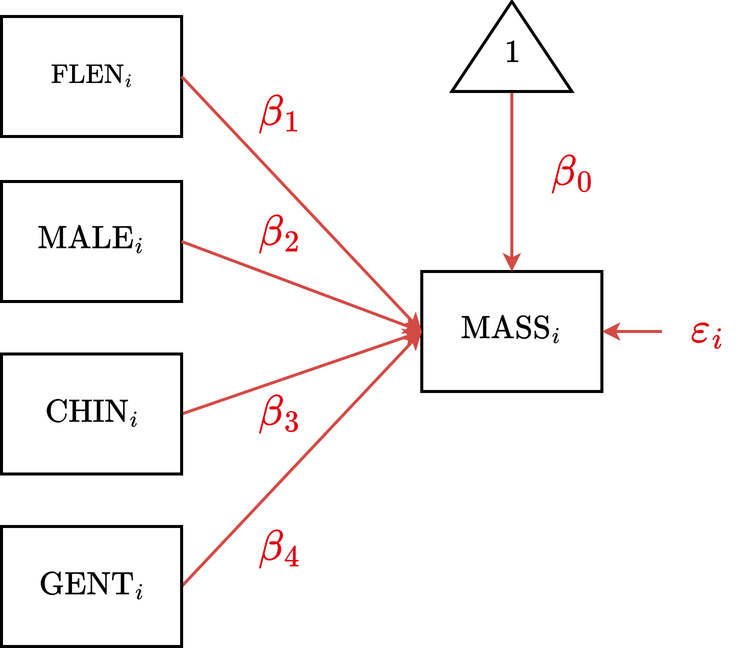
Earlier version of the draw.io export diagrams/complex_regression_full.png (jmgirard/psyc894). Source tidied: cells renumbered, new cells last; positions are measured from the earlier drawing's top-left corner, leaving out a move shared by most shapes. The source it was exported from:
```xml
<mxGraphModel math="1">
  <root>
    <mxCell id="0" />
    <mxCell id="1" parent="0" />
    <mxCell id="2" value="$$\text{MASS}_i$$" style="rounded=0;whiteSpace=wrap;html=1;fontSize=18;strokeWidth=2;fontFamily=Lucida Console;" parent="1" vertex="1">
      <mxGeometry x="280" y="180" width="120" height="80" as="geometry" />
    </mxCell>
    <mxCell id="3" style="rounded=0;jettySize=auto;html=1;exitX=1;exitY=0.5;exitDx=0;exitDy=0;entryX=0;entryY=0.5;entryDx=0;entryDy=0;strokeWidth=2;strokeColor=#D34A45;" parent="1" edge="1" source="4" target="2">
      <mxGeometry relative="1" as="geometry" />
    </mxCell>
    <mxCell id="4" value="$$\text{CHIN}_i$$" style="rounded=0;whiteSpace=wrap;html=1;fontSize=18;strokeWidth=2;fontFamily=Lucida Console;" parent="1" vertex="1">
      <mxGeometry y="235" width="120" height="80" as="geometry" />
    </mxCell>
    <mxCell id="5" style="endArrow=classic;html=1;rounded=0;entryX=1;entryY=0.5;entryDx=0;entryDy=0;strokeWidth=2;strokeColor=#D34A45;" parent="1" edge="1" target="2">
      <mxGeometry relative="1" as="geometry">
        <mxPoint x="440" y="220" as="sourcePoint" />
      </mxGeometry>
    </mxCell>
    <mxCell id="6" value="&lt;font color=&quot;#df000f&quot;&gt;&lt;span style=&quot;font-size: 24px; background-color: rgb(255, 255, 255);&quot;&gt;$$\varepsilon_i$$&lt;/span&gt;&lt;/font&gt;" style="text;html=1;align=center;verticalAlign=middle;whiteSpace=wrap;rounded=0;fontSize=18;fontColor=#D34A45;fontFamily=Lucida Console;" parent="1" vertex="1">
      <mxGeometry x="440" y="205" width="60" height="30" as="geometry" />
    </mxCell>
    <mxCell id="7" style="edgeStyle=orthogonalEdgeStyle;rounded=0;jettySize=auto;html=1;exitX=0;exitY=0.5;exitDx=0;exitDy=0;entryX=0.5;entryY=0;entryDx=0;entryDy=0;strokeWidth=2;strokeColor=#D34A45;" parent="1" edge="1" source="8" target="2">
      <mxGeometry relative="1" as="geometry" />
    </mxCell>
    <mxCell id="8" value="&lt;font style=&quot;font-size: 18px;&quot;&gt;$$1$$&lt;/font&gt;" style="triangle;whiteSpace=wrap;html=1;strokeWidth=2;direction=north;verticalAlign=middle;spacingTop=12;fontFamily=Lucida Console;" parent="1" vertex="1">
      <mxGeometry x="300" width="80" height="60" as="geometry" />
    </mxCell>
    <mxCell id="9" value="&lt;font color=&quot;#df000f&quot;&gt;&lt;span style=&quot;font-size: 24px; background-color: rgb(255, 255, 255);&quot;&gt;$$\beta_1$$&lt;/span&gt;&lt;/font&gt;" style="text;html=1;align=center;verticalAlign=middle;whiteSpace=wrap;rounded=0;fontSize=18;fontFamily=Lucida Console;" parent="1" vertex="1">
      <mxGeometry x="145" y="60" width="80" height="30" as="geometry" />
    </mxCell>
    <mxCell id="10" value="&lt;font color=&quot;#df000f&quot;&gt;&lt;span style=&quot;font-size: 24px; background-color: rgb(255, 255, 255);&quot;&gt;$$\beta_0$$&lt;/span&gt;&lt;/font&gt;" style="text;html=1;align=center;verticalAlign=middle;whiteSpace=wrap;rounded=0;fontSize=18;fontFamily=Lucida Console;" parent="1" vertex="1">
      <mxGeometry x="340" y="100" width="80" height="30" as="geometry" />
    </mxCell>
    <mxCell id="11" style="rounded=0;jettySize=auto;html=1;exitX=1;exitY=0.5;exitDx=0;exitDy=0;entryX=0;entryY=0.5;entryDx=0;entryDy=0;strokeWidth=2;strokeColor=#D34A45;" parent="1" edge="1" source="12" target="2">
      <mxGeometry relative="1" as="geometry" />
    </mxCell>
    <mxCell id="12" value="$$\text{GENT}_i$$" style="rounded=0;whiteSpace=wrap;html=1;fontSize=18;strokeWidth=2;fontFamily=Lucida Console;" parent="1" vertex="1">
      <mxGeometry y="350" width="120" height="80" as="geometry" />
    </mxCell>
    <mxCell id="13" value="$$\text{MALE}_i$$" style="rounded=0;whiteSpace=wrap;html=1;fontSize=18;strokeWidth=2;fontFamily=Lucida Console;" parent="1" vertex="1">
      <mxGeometry y="120" width="120" height="80" as="geometry" />
    </mxCell>
    <mxCell id="14" value="&lt;sub&gt;$$\text{FLEN}_i$$&lt;/sub&gt;" style="rounded=0;whiteSpace=wrap;html=1;fontSize=18;strokeWidth=2;fontFamily=Lucida Console;" parent="1" vertex="1">
      <mxGeometry y="10" width="120" height="80" as="geometry" />
    </mxCell>
    <mxCell id="15" style="rounded=0;jettySize=auto;html=1;exitX=1;exitY=0.5;exitDx=0;exitDy=0;strokeWidth=2;strokeColor=#D34A45;entryX=0;entryY=0.5;entryDx=0;entryDy=0;" parent="1" edge="1" source="13" target="2">
      <mxGeometry relative="1" as="geometry" />
    </mxCell>
    <mxCell id="16" style="rounded=0;jettySize=auto;html=1;exitX=1;exitY=0.5;exitDx=0;exitDy=0;strokeWidth=2;strokeColor=#D34A45;entryX=0;entryY=0.5;entryDx=0;entryDy=0;" parent="1" edge="1" source="14" target="2">
      <mxGeometry relative="1" as="geometry" />
    </mxCell>
    <mxCell id="17" value="&lt;font color=&quot;#df000f&quot;&gt;&lt;span style=&quot;font-size: 24px; background-color: rgb(255, 255, 255);&quot;&gt;$$\beta_2$$&lt;/span&gt;&lt;/font&gt;" style="text;html=1;align=center;verticalAlign=middle;whiteSpace=wrap;rounded=0;fontSize=18;fontFamily=Lucida Console;" parent="1" vertex="1">
      <mxGeometry x="145" y="140" width="80" height="30" as="geometry" />
    </mxCell>
    <mxCell id="18" value="&lt;font color=&quot;#df000f&quot;&gt;&lt;span style=&quot;font-size: 24px; background-color: rgb(255, 255, 255);&quot;&gt;$$\beta_3$$&lt;/span&gt;&lt;/font&gt;" style="text;html=1;align=center;verticalAlign=middle;whiteSpace=wrap;rounded=0;fontSize=18;fontFamily=Lucida Console;" parent="1" vertex="1">
      <mxGeometry x="145" y="260" width="80" height="30" as="geometry" />
    </mxCell>
    <mxCell id="19" value="&lt;font color=&quot;#df000f&quot;&gt;&lt;span style=&quot;font-size: 24px; background-color: rgb(255, 255, 255);&quot;&gt;$$\beta_4$$&lt;/span&gt;&lt;/font&gt;" style="text;html=1;align=center;verticalAlign=middle;whiteSpace=wrap;rounded=0;fontSize=18;fontFamily=Lucida Console;" parent="1" vertex="1">
      <mxGeometry x="145" y="350" width="80" height="30" as="geometry" />
    </mxCell>
  </root>
</mxGraphModel>
```
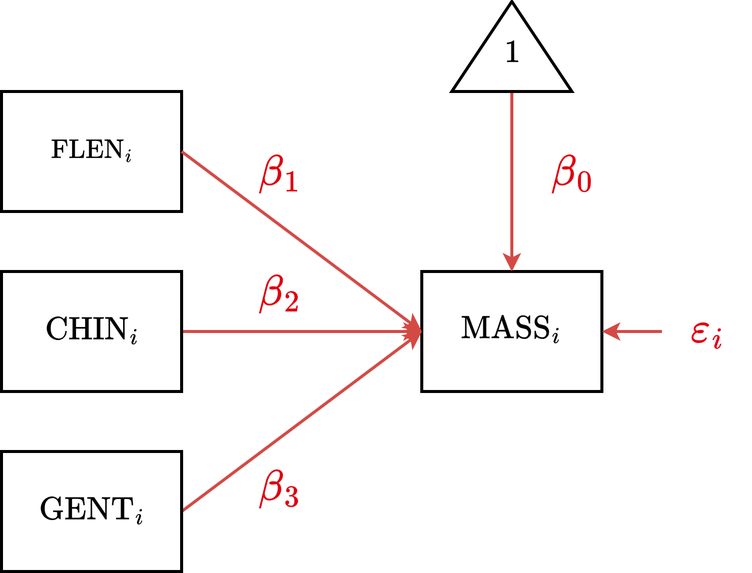
The same diagram one commit later.

Diff of the diagram source:
```diff
@@ -9,7 +9,7 @@
       <mxGeometry relative="1" as="geometry" />
     </mxCell>
     <mxCell id="4" value="$$\text{CHIN}_i$$" style="rounded=0;whiteSpace=wrap;html=1;fontSize=18;strokeWidth=2;fontFamily=Lucida Console;" parent="1" vertex="1">
-      <mxGeometry y="235" width="120" height="80" as="geometry" />
+      <mxGeometry y="180" width="120" height="80" as="geometry" />
     </mxCell>
     <mxCell id="5" style="endArrow=classic;html=1;rounded=0;entryX=1;entryY=0.5;entryDx=0;entryDy=0;strokeWidth=2;strokeColor=#D34A45;" parent="1" edge="1" target="2">
       <mxGeometry relative="1" as="geometry">
@@ -26,7 +26,7 @@
       <mxGeometry x="300" width="80" height="60" as="geometry" />
     </mxCell>
     <mxCell id="9" value="&lt;font color=&quot;#df000f&quot;&gt;&lt;span style=&quot;font-size: 24px; background-color: rgb(255, 255, 255);&quot;&gt;$$\beta_1$$&lt;/span&gt;&lt;/font&gt;" style="text;html=1;align=center;verticalAlign=middle;whiteSpace=wrap;rounded=0;fontSize=18;fontFamily=Lucida Console;" parent="1" vertex="1">
-      <mxGeometry x="145" y="60" width="80" height="30" as="geometry" />
+      <mxGeometry x="145" y="100" width="80" height="30" as="geometry" />
     </mxCell>
     <mxCell id="10" value="&lt;font color=&quot;#df000f&quot;&gt;&lt;span style=&quot;font-size: 24px; background-color: rgb(255, 255, 255);&quot;&gt;$$\beta_0$$&lt;/span&gt;&lt;/font&gt;" style="text;html=1;align=center;verticalAlign=middle;whiteSpace=wrap;rounded=0;fontSize=18;fontFamily=Lucida Console;" parent="1" vertex="1">
       <mxGeometry x="340" y="100" width="80" height="30" as="geometry" />
@@ -35,28 +35,22 @@
       <mxGeometry relative="1" as="geometry" />
     </mxCell>
     <mxCell id="12" value="$$\text{GENT}_i$$" style="rounded=0;whiteSpace=wrap;html=1;fontSize=18;strokeWidth=2;fontFamily=Lucida Console;" parent="1" vertex="1">
-      <mxGeometry y="350" width="120" height="80" as="geometry" />
+      <mxGeometry y="300" width="120" height="80" as="geometry" />
     </mxCell>
-    <mxCell id="13" value="$$\text{MALE}_i$$" style="rounded=0;whiteSpace=wrap;html=1;fontSize=18;strokeWidth=2;fontFamily=Lucida Console;" parent="1" vertex="1">
-      <mxGeometry y="120" width="120" height="80" as="geometry" />
-    </mxCell>
     <mxCell id="14" value="&lt;sub&gt;$$\text{FLEN}_i$$&lt;/sub&gt;" style="rounded=0;whiteSpace=wrap;html=1;fontSize=18;strokeWidth=2;fontFamily=Lucida Console;" parent="1" vertex="1">
-      <mxGeometry y="10" width="120" height="80" as="geometry" />
+      <mxGeometry y="60" width="120" height="80" as="geometry" />
     </mxCell>
-    <mxCell id="15" style="rounded=0;jettySize=auto;html=1;exitX=1;exitY=0.5;exitDx=0;exitDy=0;strokeWidth=2;strokeColor=#D34A45;entryX=0;entryY=0.5;entryDx=0;entryDy=0;" parent="1" edge="1" source="13" target="2">
-      <mxGeometry relative="1" as="geometry" />
-    </mxCell>
     <mxCell id="16" style="rounded=0;jettySize=auto;html=1;exitX=1;exitY=0.5;exitDx=0;exitDy=0;strokeWidth=2;strokeColor=#D34A45;entryX=0;entryY=0.5;entryDx=0;entryDy=0;" parent="1" edge="1" source="14" target="2">
       <mxGeometry relative="1" as="geometry" />
     </mxCell>
     <mxCell id="17" value="&lt;font color=&quot;#df000f&quot;&gt;&lt;span style=&quot;font-size: 24px; background-color: rgb(255, 255, 255);&quot;&gt;$$\beta_2$$&lt;/span&gt;&lt;/font&gt;" style="text;html=1;align=center;verticalAlign=middle;whiteSpace=wrap;rounded=0;fontSize=18;fontFamily=Lucida Console;" parent="1" vertex="1">
-      <mxGeometry x="145" y="140" width="80" height="30" as="geometry" />
+      <mxGeometry x="145" y="180" width="80" height="30" as="geometry" />
     </mxCell>
     <mxCell id="18" value="&lt;font color=&quot;#df000f&quot;&gt;&lt;span style=&quot;font-size: 24px; background-color: rgb(255, 255, 255);&quot;&gt;$$\beta_3$$&lt;/span&gt;&lt;/font&gt;" style="text;html=1;align=center;verticalAlign=middle;whiteSpace=wrap;rounded=0;fontSize=18;fontFamily=Lucida Console;" parent="1" vertex="1">
-      <mxGeometry x="145" y="260" width="80" height="30" as="geometry" />
+      <mxGeometry x="145" y="310" width="80" height="30" as="geometry" />
     </mxCell>
-    <mxCell id="19" value="&lt;font color=&quot;#df000f&quot;&gt;&lt;span style=&quot;font-size: 24px; background-color: rgb(255, 255, 255);&quot;&gt;$$\beta_4$$&lt;/span&gt;&lt;/font&gt;" style="text;html=1;align=center;verticalAlign=middle;whiteSpace=wrap;rounded=0;fontSize=18;fontFamily=Lucida Console;" parent="1" vertex="1">
-      <mxGeometry x="145" y="350" width="80" height="30" as="geometry" />
-    </mxCell>
+    <mxCell id="20" style="edgeStyle=orthogonalEdgeStyle;rounded=0;orthogonalLoop=1;jettySize=auto;html=1;exitX=0.5;exitY=1;exitDx=0;exitDy=0;" parent="1" edge="1" source="18" target="18">
+      <mxGeometry relative="1" as="geometry" />
+    </mxCell>
   </root>
 </mxGraphModel>
```
